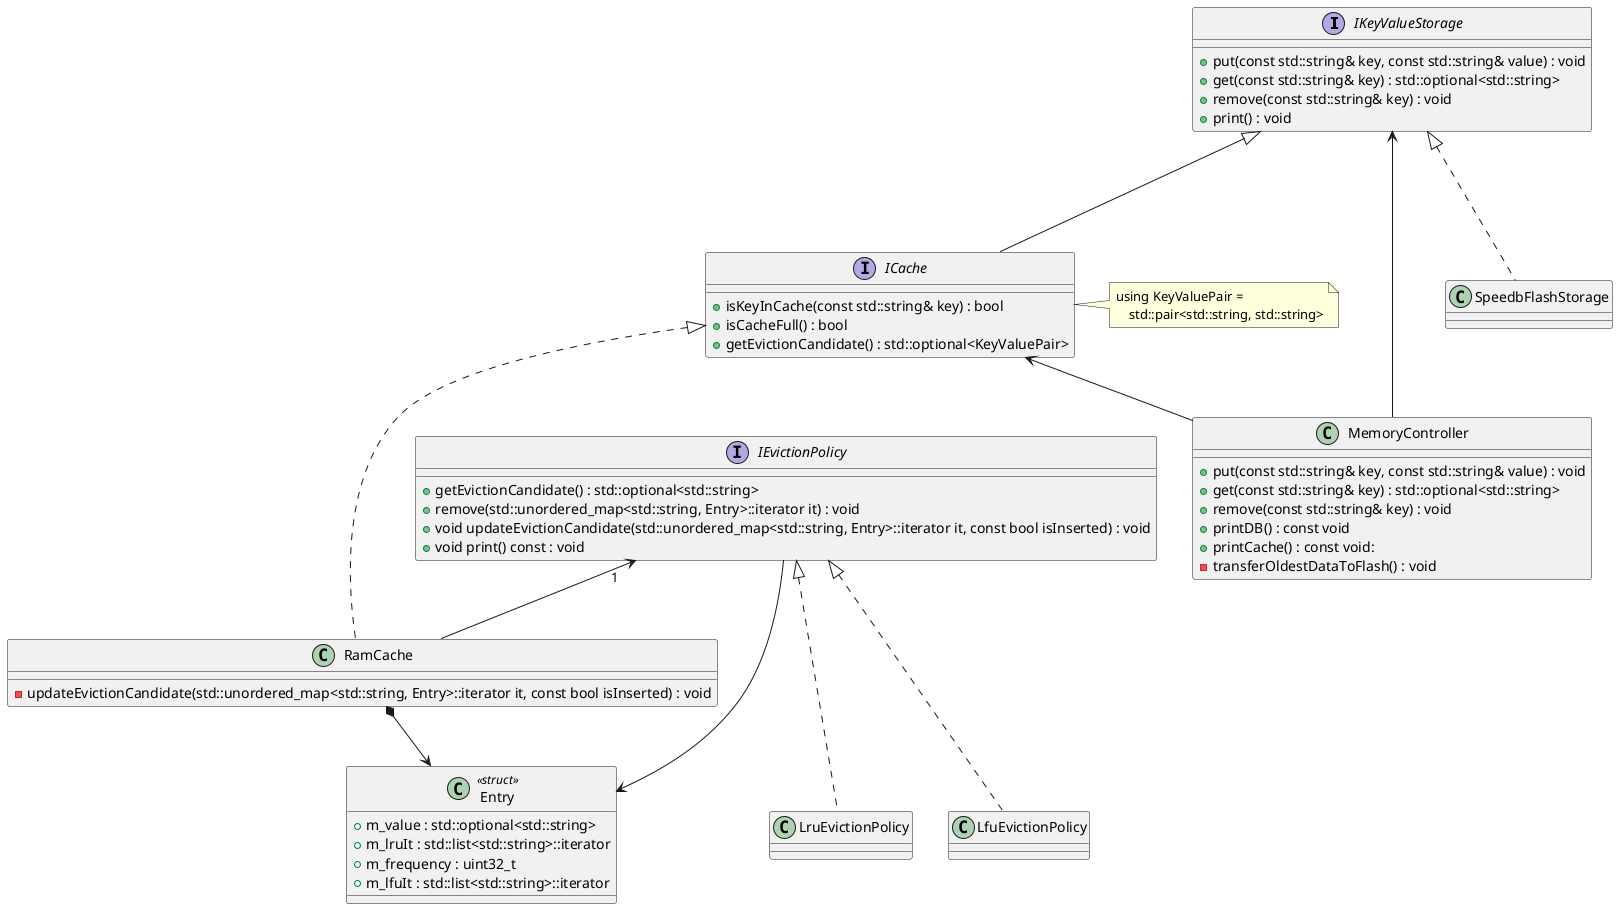
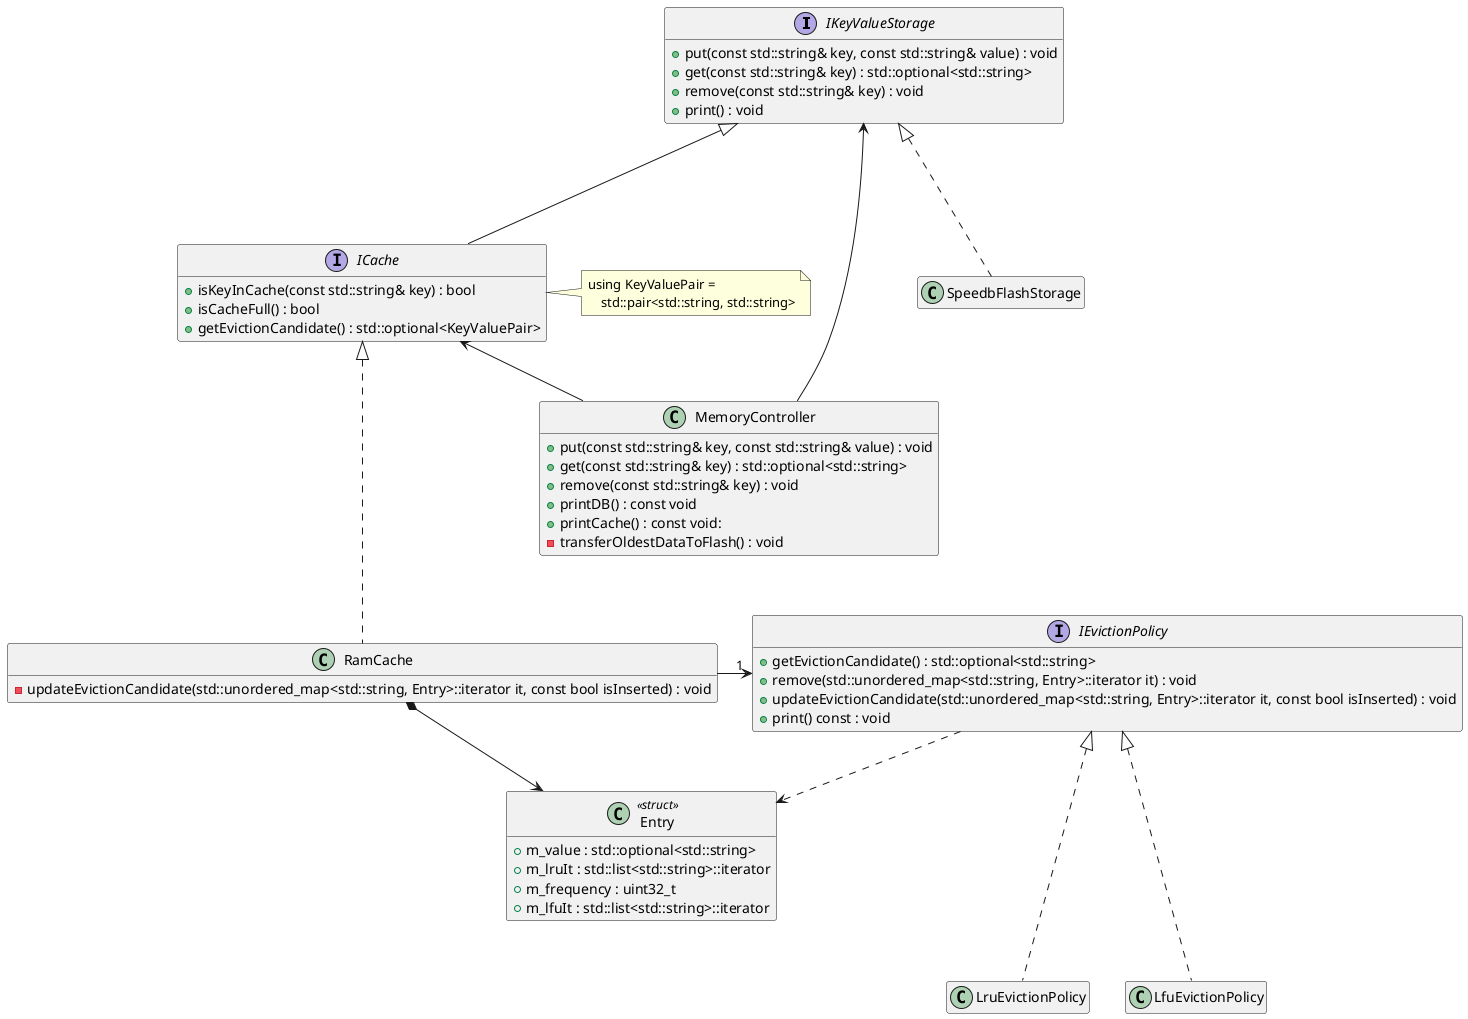
@startuml Redis POC
+ hide empty members

interface IKeyValueStorage {
    +put(const std::string& key, const std::string& value) : void
    +get(const std::string& key) : std::optional<std::string>
    +remove(const std::string& key) : void
    +print() : void
}

interface ICache {
    +isKeyInCache(const std::string& key) : bool
    +isCacheFull() : bool
    +getEvictionCandidate() : std::optional<KeyValuePair>
}

note right of ICache
using KeyValuePair =
    std::pair<std::string, std::string>
end note

class Entry <<struct>> {
    +m_value : std::optional<std::string>
    +m_lruIt : std::list<std::string>::iterator
    +m_frequency : uint32_t
    +m_lfuIt : std::list<std::string>::iterator
}

class MemoryController {
    +put(const std::string& key, const std::string& value) : void
    +get(const std::string& key) : std::optional<std::string>
    +remove(const std::string& key) : void
    +printDB() : const void
    +printCache() : const void:
    -transferOldestDataToFlash() : void
}

class RamCache {
    -updateEvictionCandidate(std::unordered_map<std::string, Entry>::iterator it, const bool isInserted) : void
}

class SpeedbFlashStorage {
}

interface IEvictionPolicy {
    +getEvictionCandidate() : std::optional<std::string>
    +remove(std::unordered_map<std::string, Entry>::iterator it) : void
-     +void updateEvictionCandidate(std::unordered_map<std::string, Entry>::iterator it, const bool isInserted) : void
-     +void print() const : void
+     +updateEvictionCandidate(std::unordered_map<std::string, Entry>::iterator it, const bool isInserted) : void
+     +print() const : void
}

class LruEvictionPolicy {
}

LruEvictionPolicy -u..|> IEvictionPolicy
LfuEvictionPolicy -u..|> IEvictionPolicy

MemoryController -u-> IKeyValueStorage
MemoryController -u-> ICache
ICache -u--|> IKeyValueStorage
SpeedbFlashStorage -u..|> IKeyValueStorage
RamCache -u..|> ICache
- RamCache -u-> "1" IEvictionPolicy
+ RamCache -r-> "1" IEvictionPolicy
RamCache *--> Entry

- IEvictionPolicy -d-> Entry
+ IEvictionPolicy .d.> Entry

@enduml